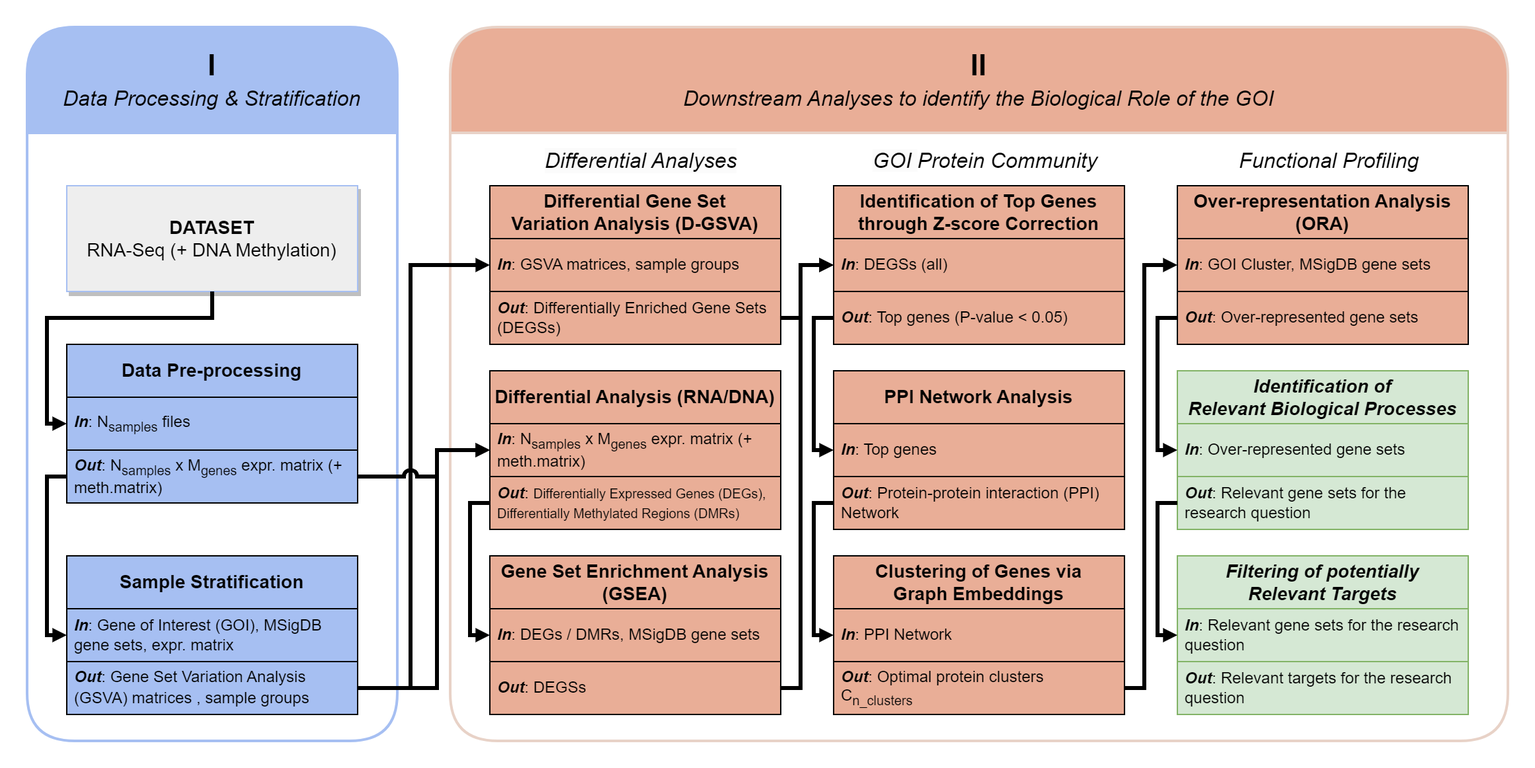
This is docs/1_workflow.png from CarlosUziel/goi-strat, a draw.io export, as it was before one commit. Source tidied: cells renumbered, new cells last; positions are measured from the earlier drawing's top-left corner, leaving out a move shared by most shapes.
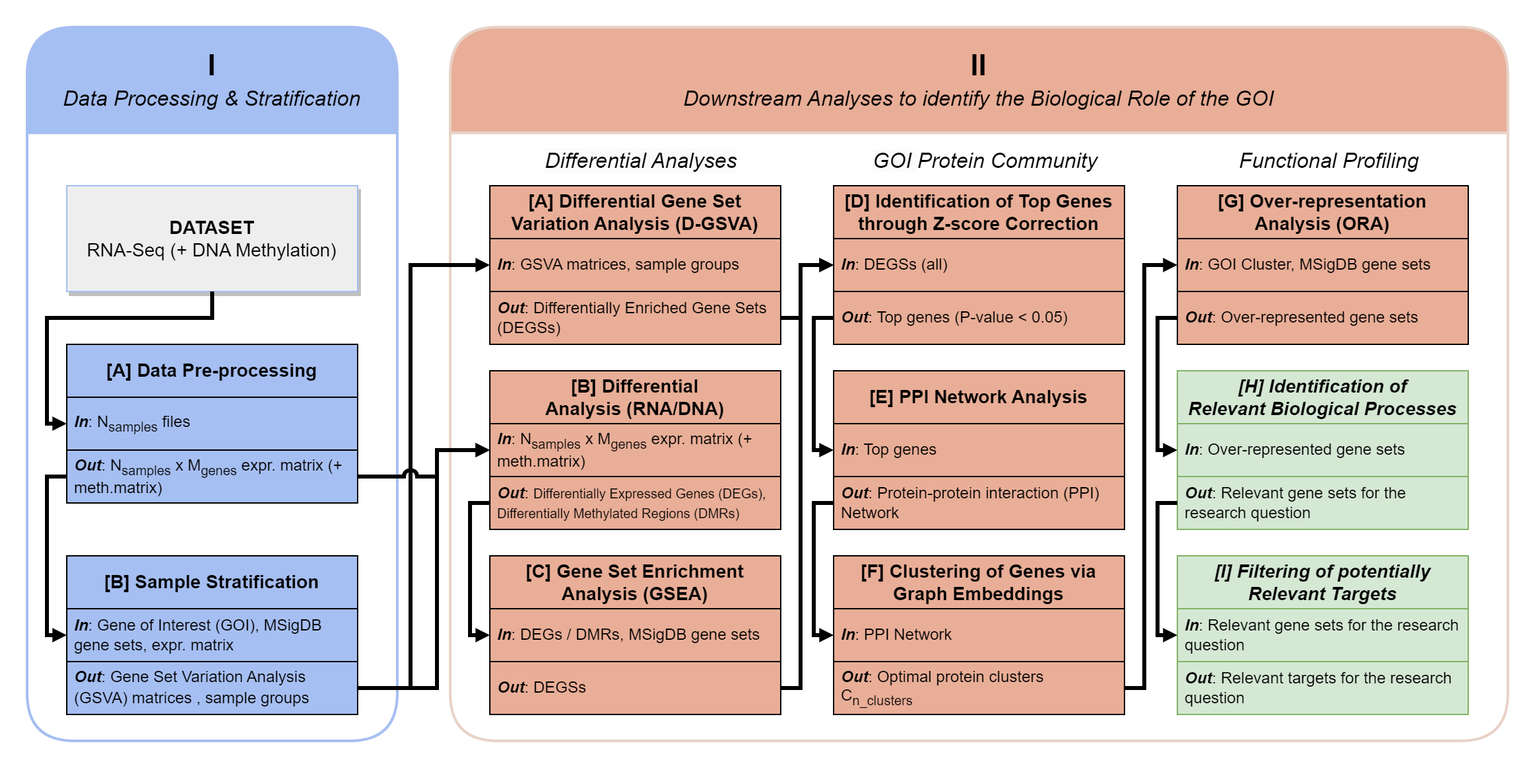
After the change.

Commit message:
Update workflow diagram.

What changed in the source:
```diff
@@ -23,3 +23,3 @@
     </mxCell>
-    <mxCell id="7" value="&lt;div style=&quot;border-color: var(--border-color); font-size: 14px;&quot;&gt;&lt;div style=&quot;border-color: var(--border-color);&quot;&gt;&lt;b style=&quot;border-color: var(--border-color);&quot;&gt;Sample Stratification&lt;/b&gt;&lt;/div&gt;&lt;/div&gt;" style="swimlane;fontStyle=0;horizontal=1;startSize=40;whiteSpace=wrap;html=1;fontSize=12;strokeColor=#000000;fillColor=#a6bff2;" parent="4" vertex="1">
+    <mxCell id="7" value="&lt;div style=&quot;border-color: var(--border-color); font-size: 14px;&quot;&gt;&lt;div style=&quot;border-color: var(--border-color);&quot;&gt;&lt;b style=&quot;border-color: var(--border-color);&quot;&gt;[B] Sample Stratification&lt;/b&gt;&lt;/div&gt;&lt;/div&gt;" style="swimlane;fontStyle=0;horizontal=1;startSize=40;whiteSpace=wrap;html=1;fontSize=12;strokeColor=#000000;fillColor=#a6bff2;" parent="4" vertex="1">
       <mxGeometry x="30" y="400" width="220" height="120" as="geometry" />
@@ -32,3 +32,3 @@
     </mxCell>
-    <mxCell id="10" value="&lt;div style=&quot;border-color: var(--border-color); font-size: 14px;&quot;&gt;&lt;b style=&quot;border-color: var(--border-color);&quot;&gt;Data Pre-processing&lt;/b&gt;&lt;/div&gt;" style="swimlane;fontStyle=0;horizontal=1;startSize=40;whiteSpace=wrap;html=1;fontSize=12;strokeColor=#000000;fillColor=#a6bff2;" parent="4" vertex="1">
+    <mxCell id="10" value="&lt;div style=&quot;border-color: var(--border-color); font-size: 14px;&quot;&gt;&lt;b style=&quot;border-color: var(--border-color);&quot;&gt;[A] Data Pre-processing&lt;/b&gt;&lt;/div&gt;" style="swimlane;fontStyle=0;horizontal=1;startSize=40;whiteSpace=wrap;html=1;fontSize=12;strokeColor=#000000;fillColor=#a6bff2;" parent="4" vertex="1">
       <mxGeometry x="30" y="240" width="220" height="120" as="geometry" />
@@ -102,3 +102,3 @@
     </mxCell>
-    <mxCell id="23" value="&lt;div style=&quot;border-color: var(--border-color); font-size: 14px;&quot;&gt;&lt;div style=&quot;border-color: var(--border-color);&quot;&gt;&lt;b style=&quot;border-color: var(--border-color);&quot;&gt;&lt;span style=&quot;border-color: var(--border-color);&quot;&gt;Differential Gene Set&lt;/span&gt;&lt;/b&gt;&lt;/div&gt;&lt;div style=&quot;border-color: var(--border-color);&quot;&gt;&lt;b style=&quot;border-color: var(--border-color);&quot;&gt;&lt;span style=&quot;border-color: var(--border-color); background-color: initial;&quot;&gt;Variation Analysis&amp;nbsp;&lt;/span&gt;&lt;span style=&quot;border-color: var(--border-color); background-color: initial;&quot;&gt;(D-GSVA)&lt;/span&gt;&lt;/b&gt;&lt;/div&gt;&lt;/div&gt;" style="swimlane;fontStyle=0;horizontal=1;startSize=40;whiteSpace=wrap;html=1;fontSize=12;strokeColor=#000000;fillColor=#E9AE97;" parent="15" vertex="1">
+    <mxCell id="23" value="&lt;div style=&quot;border-color: var(--border-color); font-size: 14px;&quot;&gt;&lt;div style=&quot;border-color: var(--border-color);&quot;&gt;&lt;b style=&quot;border-color: var(--border-color);&quot;&gt;&lt;span style=&quot;border-color: var(--border-color);&quot;&gt;[A] Differential Gene Set&lt;/span&gt;&lt;/b&gt;&lt;/div&gt;&lt;div style=&quot;border-color: var(--border-color);&quot;&gt;&lt;b style=&quot;border-color: var(--border-color);&quot;&gt;&lt;span style=&quot;border-color: var(--border-color); background-color: initial;&quot;&gt;Variation Analysis&amp;nbsp;&lt;/span&gt;&lt;span style=&quot;border-color: var(--border-color); background-color: initial;&quot;&gt;(D-GSVA)&lt;/span&gt;&lt;/b&gt;&lt;/div&gt;&lt;/div&gt;" style="swimlane;fontStyle=0;horizontal=1;startSize=40;whiteSpace=wrap;html=1;fontSize=12;strokeColor=#000000;fillColor=#E9AE97;align=center;" parent="15" vertex="1">
       <mxGeometry x="30" y="120" width="220" height="120" as="geometry" />
@@ -111,3 +111,3 @@
     </mxCell>
-    <mxCell id="26" value="&lt;div style=&quot;border-color: var(--border-color); font-size: 14px;&quot;&gt;&lt;div style=&quot;border-color: var(--border-color); font-size: 12px;&quot;&gt;&lt;div style=&quot;border-color: var(--border-color); font-size: 14px;&quot;&gt;&lt;b style=&quot;border-color: var(--border-color);&quot;&gt;Differential Analysis&amp;nbsp;&lt;span style=&quot;border-color: var(--border-color); background-color: initial;&quot;&gt;(RNA/DNA)&lt;/span&gt;&lt;/b&gt;&lt;/div&gt;&lt;/div&gt;&lt;/div&gt;" style="swimlane;fontStyle=0;horizontal=1;startSize=40;whiteSpace=wrap;html=1;fontSize=12;strokeColor=#000000;fillColor=#E9AE97;" parent="15" vertex="1">
+    <mxCell id="26" value="&lt;div style=&quot;border-color: var(--border-color); font-size: 14px;&quot;&gt;&lt;div style=&quot;border-color: var(--border-color); font-size: 12px;&quot;&gt;&lt;div style=&quot;border-color: var(--border-color); font-size: 14px;&quot;&gt;&lt;b style=&quot;border-color: var(--border-color);&quot;&gt;[B] Differential Analysis&amp;nbsp;&lt;span style=&quot;border-color: var(--border-color); background-color: initial;&quot;&gt;(RNA/DNA)&lt;/span&gt;&lt;/b&gt;&lt;/div&gt;&lt;/div&gt;&lt;/div&gt;" style="swimlane;fontStyle=0;horizontal=1;startSize=40;whiteSpace=wrap;html=1;fontSize=12;strokeColor=#000000;fillColor=#E9AE97;align=center;" parent="15" vertex="1">
       <mxGeometry x="30" y="260" width="220" height="120" as="geometry" />
@@ -120,3 +120,3 @@
     </mxCell>
-    <mxCell id="29" value="&lt;div style=&quot;border-color: var(--border-color); font-size: 14px;&quot;&gt;&lt;div style=&quot;border-color: var(--border-color); font-size: 12px;&quot;&gt;&lt;div style=&quot;border-color: var(--border-color); font-size: 14px;&quot;&gt;&lt;div style=&quot;border-color: var(--border-color);&quot;&gt;&lt;b style=&quot;border-color: var(--border-color);&quot;&gt;&lt;font style=&quot;border-color: var(--border-color);&quot;&gt;&lt;span style=&quot;border-color: var(--border-color);&quot;&gt;Gene Set&amp;nbsp;&lt;/span&gt;&lt;/font&gt;&lt;span style=&quot;border-color: var(--border-color); background-color: initial;&quot;&gt;Enrichment Analysis&lt;/span&gt;&lt;/b&gt;&lt;/div&gt;&lt;div style=&quot;border-color: var(--border-color);&quot;&gt;&lt;font style=&quot;border-color: var(--border-color);&quot;&gt;&lt;span style=&quot;border-color: var(--border-color);&quot;&gt;&lt;b style=&quot;border-color: var(--border-color);&quot;&gt;(GSEA)&lt;/b&gt;&lt;/span&gt;&lt;/font&gt;&lt;/div&gt;&lt;/div&gt;&lt;/div&gt;&lt;/div&gt;" style="swimlane;fontStyle=0;horizontal=1;startSize=40;whiteSpace=wrap;html=1;fontSize=12;strokeColor=#000000;fillColor=#E9AE97;" parent="15" vertex="1">
+    <mxCell id="29" value="&lt;div style=&quot;border-color: var(--border-color); font-size: 14px;&quot;&gt;&lt;div style=&quot;border-color: var(--border-color); font-size: 12px;&quot;&gt;&lt;div style=&quot;border-color: var(--border-color); font-size: 14px;&quot;&gt;&lt;div style=&quot;border-color: var(--border-color);&quot;&gt;&lt;b style=&quot;border-color: var(--border-color);&quot;&gt;&lt;font style=&quot;border-color: var(--border-color);&quot;&gt;&lt;span style=&quot;border-color: var(--border-color);&quot;&gt;[C] Gene Set&amp;nbsp;&lt;/span&gt;&lt;/font&gt;&lt;span style=&quot;border-color: var(--border-color); background-color: initial;&quot;&gt;Enrichment Analysis&amp;nbsp;&lt;/span&gt;&lt;/b&gt;&lt;b style=&quot;background-color: initial; border-color: var(--border-color);&quot;&gt;(GSEA)&lt;/b&gt;&lt;/div&gt;&lt;/div&gt;&lt;/div&gt;&lt;/div&gt;" style="swimlane;fontStyle=0;horizontal=1;startSize=40;whiteSpace=wrap;html=1;fontSize=12;strokeColor=#000000;fillColor=#E9AE97;" parent="15" vertex="1">
       <mxGeometry x="30" y="400" width="220" height="120" as="geometry" />
@@ -129,3 +129,3 @@
     </mxCell>
-    <mxCell id="32" value="&lt;div style=&quot;border-color: var(--border-color); font-size: 14px;&quot;&gt;&lt;div style=&quot;border-color: var(--border-color); font-size: 12px;&quot;&gt;&lt;div style=&quot;border-color: var(--border-color); font-size: 14px;&quot;&gt;&lt;b&gt;Identification of Top Genes&lt;br style=&quot;border-color: var(--border-color);&quot;&gt;through Z-score Correction&lt;/b&gt;&lt;br&gt;&lt;/div&gt;&lt;/div&gt;&lt;/div&gt;" style="swimlane;fontStyle=0;horizontal=1;startSize=40;whiteSpace=wrap;html=1;fontSize=12;strokeColor=#000000;fillColor=#E9AE97;" parent="15" vertex="1">
+    <mxCell id="32" value="&lt;div style=&quot;border-color: var(--border-color); font-size: 14px;&quot;&gt;&lt;div style=&quot;border-color: var(--border-color); font-size: 12px;&quot;&gt;&lt;div style=&quot;border-color: var(--border-color); font-size: 14px;&quot;&gt;&lt;b&gt;[D] Identification of Top Genes&lt;br style=&quot;border-color: var(--border-color);&quot;&gt;through Z-score Correction&lt;/b&gt;&lt;br&gt;&lt;/div&gt;&lt;/div&gt;&lt;/div&gt;" style="swimlane;fontStyle=0;horizontal=1;startSize=40;whiteSpace=wrap;html=1;fontSize=12;strokeColor=#000000;fillColor=#E9AE97;" parent="15" vertex="1">
       <mxGeometry x="290" y="120" width="220" height="120" as="geometry" />
@@ -138,3 +138,3 @@
     </mxCell>
-    <mxCell id="35" value="&lt;div style=&quot;border-color: var(--border-color); font-size: 14px;&quot;&gt;&lt;div style=&quot;border-color: var(--border-color); font-size: 12px;&quot;&gt;&lt;div style=&quot;border-color: var(--border-color); font-size: 14px;&quot;&gt;&lt;div style=&quot;border-color: var(--border-color);&quot;&gt;&lt;span style=&quot;border-color: var(--border-color);&quot;&gt;&lt;b&gt;PPI Network Analysis&lt;br&gt;&lt;/b&gt;&lt;/span&gt;&lt;/div&gt;&lt;/div&gt;&lt;/div&gt;&lt;/div&gt;" style="swimlane;fontStyle=0;horizontal=1;startSize=40;whiteSpace=wrap;html=1;fontSize=12;strokeColor=#000000;fillColor=#E9AE97;" parent="15" vertex="1">
+    <mxCell id="35" value="&lt;div style=&quot;border-color: var(--border-color); font-size: 14px;&quot;&gt;&lt;div style=&quot;border-color: var(--border-color); font-size: 12px;&quot;&gt;&lt;div style=&quot;border-color: var(--border-color); font-size: 14px;&quot;&gt;&lt;div style=&quot;border-color: var(--border-color);&quot;&gt;&lt;span style=&quot;border-color: var(--border-color);&quot;&gt;&lt;b&gt;[E] PPI Network Analysis&lt;br&gt;&lt;/b&gt;&lt;/span&gt;&lt;/div&gt;&lt;/div&gt;&lt;/div&gt;&lt;/div&gt;" style="swimlane;fontStyle=0;horizontal=1;startSize=40;whiteSpace=wrap;html=1;fontSize=12;strokeColor=#000000;fillColor=#E9AE97;" parent="15" vertex="1">
       <mxGeometry x="290" y="260" width="220" height="120" as="geometry" />
@@ -147,3 +147,3 @@
     </mxCell>
-    <mxCell id="38" value="&lt;div style=&quot;border-color: var(--border-color); font-size: 14px;&quot;&gt;&lt;div style=&quot;border-color: var(--border-color); font-size: 12px;&quot;&gt;&lt;div style=&quot;border-color: var(--border-color); font-size: 14px;&quot;&gt;&lt;div style=&quot;border-color: var(--border-color);&quot;&gt;&lt;span style=&quot;border-color: var(--border-color);&quot;&gt;&lt;b&gt;&lt;div style=&quot;border-color: var(--border-color);&quot;&gt;&lt;span style=&quot;border-color: var(--border-color);&quot;&gt;Clustering of Genes via&lt;/span&gt;&lt;/div&gt;&lt;div style=&quot;border-color: var(--border-color);&quot;&gt;&lt;span style=&quot;border-color: var(--border-color);&quot;&gt;Graph Embeddings&lt;/span&gt;&lt;/div&gt;&lt;/b&gt;&lt;/span&gt;&lt;/div&gt;&lt;/div&gt;&lt;/div&gt;&lt;/div&gt;" style="swimlane;fontStyle=0;horizontal=1;startSize=40;whiteSpace=wrap;html=1;fontSize=12;strokeColor=#000000;fillColor=#E9AE97;" parent="15" vertex="1">
+    <mxCell id="38" value="&lt;div style=&quot;border-color: var(--border-color); font-size: 14px;&quot;&gt;&lt;div style=&quot;border-color: var(--border-color); font-size: 12px;&quot;&gt;&lt;div style=&quot;border-color: var(--border-color); font-size: 14px;&quot;&gt;&lt;div style=&quot;border-color: var(--border-color);&quot;&gt;&lt;span style=&quot;border-color: var(--border-color);&quot;&gt;&lt;b&gt;&lt;div style=&quot;border-color: var(--border-color);&quot;&gt;&lt;span style=&quot;border-color: var(--border-color);&quot;&gt;[F] Clustering of Genes via&lt;/span&gt;&lt;/div&gt;&lt;div style=&quot;border-color: var(--border-color);&quot;&gt;&lt;span style=&quot;border-color: var(--border-color);&quot;&gt;Graph Embeddings&lt;/span&gt;&lt;/div&gt;&lt;/b&gt;&lt;/span&gt;&lt;/div&gt;&lt;/div&gt;&lt;/div&gt;&lt;/div&gt;" style="swimlane;fontStyle=0;horizontal=1;startSize=40;whiteSpace=wrap;html=1;fontSize=12;strokeColor=#000000;fillColor=#E9AE97;" parent="15" vertex="1">
       <mxGeometry x="290" y="400" width="220" height="120" as="geometry" />
@@ -175,3 +175,3 @@
     </mxCell>
-    <mxCell id="43" value="&lt;div style=&quot;border-color: var(--border-color); font-size: 14px;&quot;&gt;&lt;div style=&quot;border-color: var(--border-color); font-size: 12px;&quot;&gt;&lt;div style=&quot;border-color: var(--border-color); font-size: 14px;&quot;&gt;&lt;b&gt;Over-representation Analysis (ORA)&lt;/b&gt;&lt;br&gt;&lt;/div&gt;&lt;/div&gt;&lt;/div&gt;" style="swimlane;fontStyle=0;horizontal=1;startSize=40;whiteSpace=wrap;html=1;fontSize=12;strokeColor=#000000;fillColor=#E9AE97;" parent="15" vertex="1">
+    <mxCell id="43" value="&lt;div style=&quot;border-color: var(--border-color); font-size: 14px;&quot;&gt;&lt;div style=&quot;border-color: var(--border-color); font-size: 12px;&quot;&gt;&lt;div style=&quot;border-color: var(--border-color); font-size: 14px;&quot;&gt;&lt;b&gt;[G] Over-representation Analysis (ORA)&lt;/b&gt;&lt;br&gt;&lt;/div&gt;&lt;/div&gt;&lt;/div&gt;" style="swimlane;fontStyle=0;horizontal=1;startSize=40;whiteSpace=wrap;html=1;fontSize=12;strokeColor=#000000;fillColor=#E9AE97;" parent="15" vertex="1">
       <mxGeometry x="550" y="120" width="220" height="120" as="geometry" />
@@ -184,3 +184,3 @@
     </mxCell>
-    <mxCell id="46" value="&lt;div style=&quot;border-color: var(--border-color); font-size: 14px;&quot;&gt;&lt;div style=&quot;border-color: var(--border-color); font-size: 12px;&quot;&gt;&lt;div style=&quot;border-color: var(--border-color); font-size: 14px;&quot;&gt;&lt;b&gt;&lt;i&gt;Identification of&lt;br style=&quot;border-color: var(--border-color);&quot;&gt;Relevant Biological Processes&lt;/i&gt;&lt;/b&gt;&lt;br&gt;&lt;/div&gt;&lt;/div&gt;&lt;/div&gt;" style="swimlane;fontStyle=0;horizontal=1;startSize=40;whiteSpace=wrap;html=1;fontSize=12;strokeColor=#82b366;fillColor=#d5e8d4;" parent="15" vertex="1">
+    <mxCell id="46" value="&lt;div style=&quot;border-color: var(--border-color); font-size: 14px;&quot;&gt;&lt;div style=&quot;border-color: var(--border-color); font-size: 12px;&quot;&gt;&lt;div style=&quot;border-color: var(--border-color); font-size: 14px;&quot;&gt;&lt;b&gt;&lt;i&gt;[H] Identification of&lt;br style=&quot;border-color: var(--border-color);&quot;&gt;Relevant Biological Processes&lt;/i&gt;&lt;/b&gt;&lt;br&gt;&lt;/div&gt;&lt;/div&gt;&lt;/div&gt;" style="swimlane;fontStyle=0;horizontal=1;startSize=40;whiteSpace=wrap;html=1;fontSize=12;strokeColor=#82b366;fillColor=#d5e8d4;" parent="15" vertex="1">
       <mxGeometry x="550" y="260" width="220" height="120" as="geometry" />
@@ -193,3 +193,3 @@
     </mxCell>
-    <mxCell id="49" value="&lt;div style=&quot;border-color: var(--border-color); font-size: 14px;&quot;&gt;&lt;div style=&quot;border-color: var(--border-color); font-size: 12px;&quot;&gt;&lt;div style=&quot;border-color: var(--border-color); font-size: 14px;&quot;&gt;&lt;b&gt;&lt;i&gt;Filtering of potentially&lt;br style=&quot;border-color: var(--border-color);&quot;&gt;Relevant Targets&lt;/i&gt;&lt;/b&gt;&lt;br&gt;&lt;/div&gt;&lt;/div&gt;&lt;/div&gt;" style="swimlane;fontStyle=0;horizontal=1;startSize=40;whiteSpace=wrap;html=1;fontSize=12;strokeColor=#82b366;fillColor=#d5e8d4;" parent="15" vertex="1">
+    <mxCell id="49" value="&lt;div style=&quot;border-color: var(--border-color); font-size: 14px;&quot;&gt;&lt;div style=&quot;border-color: var(--border-color); font-size: 12px;&quot;&gt;&lt;div style=&quot;border-color: var(--border-color); font-size: 14px;&quot;&gt;&lt;b&gt;&lt;i&gt;[I] Filtering of potentially&lt;br style=&quot;border-color: var(--border-color);&quot;&gt;Relevant Targets&lt;/i&gt;&lt;/b&gt;&lt;br&gt;&lt;/div&gt;&lt;/div&gt;&lt;/div&gt;" style="swimlane;fontStyle=0;horizontal=1;startSize=40;whiteSpace=wrap;html=1;fontSize=12;strokeColor=#82b366;fillColor=#d5e8d4;" parent="15" vertex="1">
       <mxGeometry x="550" y="400" width="220" height="120" as="geometry" />
```
